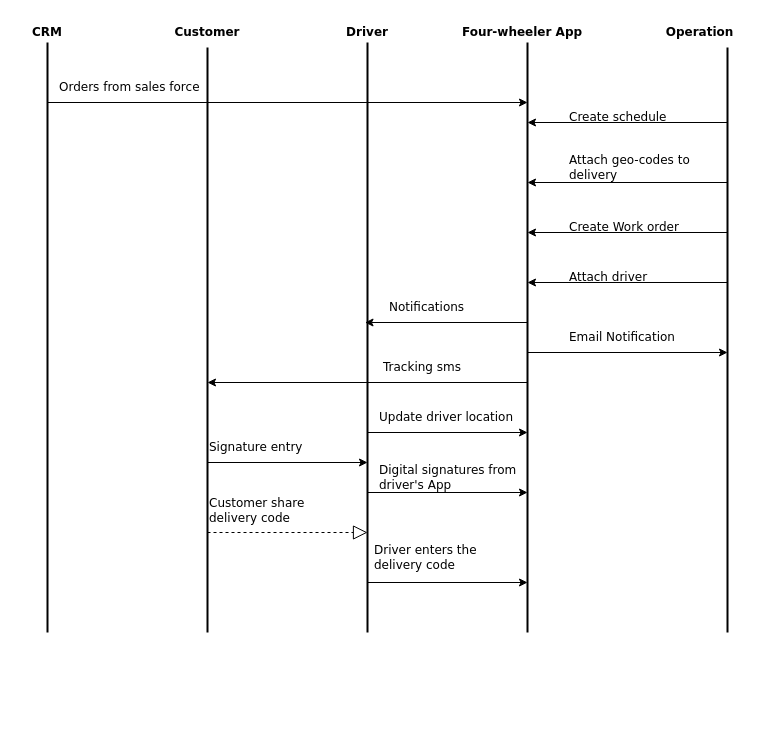
LukeNgirubiu/vendor-app keeps this draw.io diagram as authentication/migrations/__pycache__/Four-wheeler.drawio. Above is the earlier version. Source tidied: cells renumbered, new cells numbered last; positions are measured from the earlier drawing's top-left corner, leaving out a move shared by most shapes. Both pictures are drawn from the tidied source at 100%, with x=0, y=0 at pixel (17, 17).
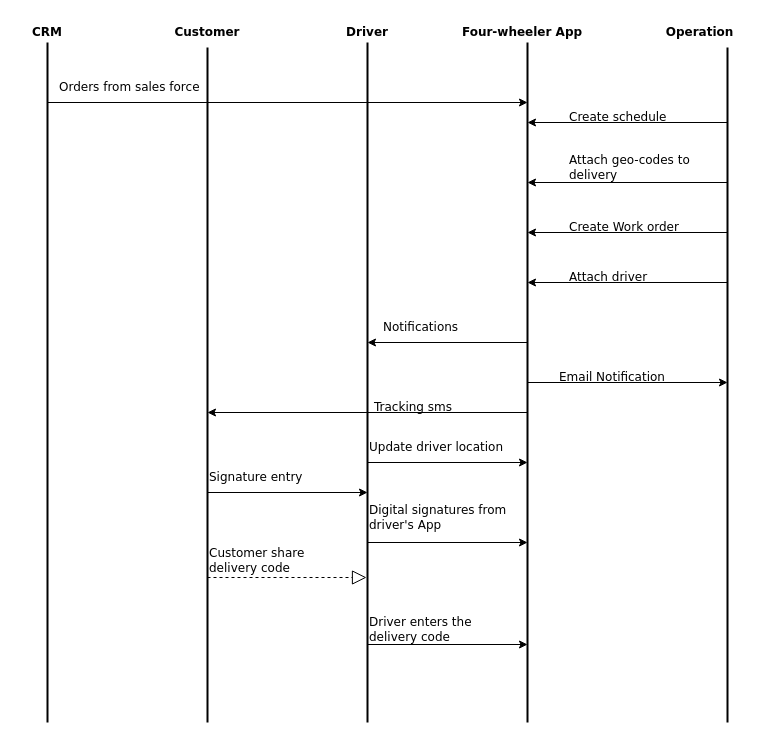
Above is the later version.

Unchanged cells that the change refers to:
```xml
<mxCell id="8" value="&lt;font face=&quot;Verdana&quot;&gt;&lt;b&gt;Customer&lt;/b&gt;&lt;/font&gt;" style="text;html=1;align=center;verticalAlign=middle;whiteSpace=wrap;rounded=0;" parent="1" vertex="1">
  <mxGeometry x="160" width="60" height="30" as="geometry" />
</mxCell>
```

Diff of the diagram source:
```diff
@@
     <mxCell id="2" style="endArrow=none;html=1;rounded=0;strokeWidth=2;" parent="1" edge="1">
       <mxGeometry relative="1" as="geometry">
-        <mxPoint x="30" y="615" as="sourcePoint" />
+        <mxPoint x="30" y="705" as="sourcePoint" />
         <mxPoint x="30" y="25" as="targetPoint" />
       </mxGeometry>
     </mxCell>
     <mxCell id="3" style="endArrow=none;html=1;rounded=0;strokeWidth=2;" parent="1" edge="1" target="8">
       <mxGeometry relative="1" as="geometry">
-        <mxPoint x="190" y="615" as="sourcePoint" />
+        <mxPoint x="190" y="705" as="sourcePoint" />
       </mxGeometry>
     </mxCell>
     <mxCell id="4" style="endArrow=none;html=1;rounded=0;strokeWidth=2;" parent="1" edge="1">
       <mxGeometry relative="1" as="geometry">
-        <mxPoint x="350" y="615" as="sourcePoint" />
+        <mxPoint x="350" y="705" as="sourcePoint" />
         <mxPoint x="350" y="25" as="targetPoint" />
       </mxGeometry>
     </mxCell>
     <mxCell id="5" style="endArrow=none;html=1;rounded=0;strokeWidth=2;" parent="1" edge="1">
       <mxGeometry relative="1" as="geometry">
-        <mxPoint x="510" y="615" as="sourcePoint" />
+        <mxPoint x="510" y="705" as="sourcePoint" />
         <mxPoint x="510" y="25" as="targetPoint" />
       </mxGeometry>
     </mxCell>
     <mxCell id="6" style="endArrow=none;html=1;rounded=0;strokeWidth=2;" parent="1" edge="1">
       <mxGeometry relative="1" as="geometry">
-        <mxPoint x="710" y="615" as="sourcePoint" />
+        <mxPoint x="710" y="705" as="sourcePoint" />
         <mxPoint x="710" y="30" as="targetPoint" />
       </mxGeometry>
     </mxCell>
@@
-    <mxCell id="20" style="endArrow=classic;html=1;rounded=0;" parent="1" edge="1">
-      <mxGeometry relative="1" as="geometry">
-        <mxPoint x="510" y="305" as="sourcePoint" />
-        <mxPoint x="347.5" y="305" as="targetPoint" />
-      </mxGeometry>
-    </mxCell>
     <mxCell id="21" style="endArrow=classic;html=1;rounded=0;" parent="1" edge="1">
       <mxGeometry relative="1" as="geometry">
-        <mxPoint x="510" y="365" as="sourcePoint" />
-        <mxPoint x="190" y="365" as="targetPoint" />
+        <mxPoint x="510" y="395" as="sourcePoint" />
+        <mxPoint x="190" y="395" as="targetPoint" />
       </mxGeometry>
     </mxCell>
     <mxCell id="22" value="Tracking sms" style="text;html=1;align=left;verticalAlign=middle;whiteSpace=wrap;rounded=0;fontFamily=Verdana;" parent="1" vertex="1">
-      <mxGeometry x="364" y="335" width="100" height="30" as="geometry" />
+      <mxGeometry x="355" y="375" width="100" height="30" as="geometry" />
     </mxCell>
     <mxCell id="23" style="endArrow=classic;html=1;rounded=0;" parent="1" edge="1">
       <mxGeometry relative="1" as="geometry">
-        <mxPoint x="510" y="335" as="sourcePoint" />
-        <mxPoint x="710" y="335" as="targetPoint" />
+        <mxPoint x="510" y="365" as="sourcePoint" />
+        <mxPoint x="710" y="365" as="targetPoint" />
       </mxGeometry>
     </mxCell>
     <mxCell id="24" value="&lt;font face=&quot;Verdana&quot;&gt;Email Notification&lt;/font&gt;" style="text;html=1;align=left;verticalAlign=middle;whiteSpace=wrap;rounded=0;" parent="1" vertex="1">
-      <mxGeometry x="550" y="305" width="110" height="30" as="geometry" />
+      <mxGeometry x="540" y="345" width="110" height="30" as="geometry" />
     </mxCell>
     <mxCell id="25" style="endArrow=classic;html=1;rounded=0;" parent="1" edge="1">
       <mxGeometry relative="1" as="geometry">
-        <mxPoint x="350" y="415" as="sourcePoint" />
-        <mxPoint x="510" y="415" as="targetPoint" />
+        <mxPoint x="350" y="445" as="sourcePoint" />
+        <mxPoint x="510" y="445" as="targetPoint" />
       </mxGeometry>
     </mxCell>
     <mxCell id="26" value="&lt;span style=&quot;font-family: Verdana;&quot;&gt;Update driver location&lt;/span&gt;" style="text;html=1;align=left;verticalAlign=middle;whiteSpace=wrap;rounded=0;" parent="1" vertex="1">
-      <mxGeometry x="360" y="385" width="150" height="30" as="geometry" />
+      <mxGeometry x="350" y="415" width="150" height="30" as="geometry" />
     </mxCell>
     <mxCell id="27" style="endArrow=classic;html=1;rounded=0;" parent="1" edge="1">
       <mxGeometry relative="1" as="geometry">
-        <mxPoint x="190" y="445" as="sourcePoint" />
-        <mxPoint x="350" y="445" as="targetPoint" />
+        <mxPoint x="190" y="475" as="sourcePoint" />
+        <mxPoint x="350" y="475" as="targetPoint" />
       </mxGeometry>
     </mxCell>
     <mxCell id="28" value="&lt;font face=&quot;Verdana&quot;&gt;Signature entry&lt;/font&gt;" style="text;html=1;align=left;verticalAlign=middle;whiteSpace=wrap;rounded=0;" parent="1" vertex="1">
-      <mxGeometry x="190" y="415" width="110" height="30" as="geometry" />
+      <mxGeometry x="190" y="445" width="110" height="30" as="geometry" />
     </mxCell>
     <mxCell id="29" style="endArrow=classic;html=1;rounded=0;" parent="1" edge="1">
       <mxGeometry relative="1" as="geometry">
-        <mxPoint x="350" y="475" as="sourcePoint" />
-        <mxPoint x="510" y="475" as="targetPoint" />
+        <mxPoint x="350" y="525" as="sourcePoint" />
+        <mxPoint x="510" y="525" as="targetPoint" />
       </mxGeometry>
     </mxCell>
     <mxCell id="30" value="&lt;font face=&quot;Verdana&quot;&gt;Digital signatures from driver's App&lt;/font&gt;" style="text;html=1;align=left;verticalAlign=middle;whiteSpace=wrap;rounded=0;" parent="1" vertex="1">
-      <mxGeometry x="360" y="445" width="140" height="30" as="geometry" />
+      <mxGeometry x="350" y="485" width="140" height="30" as="geometry" />
     </mxCell>
     <mxCell id="31" style="endArrow=block;dashed=1;endFill=0;endSize=12;html=1;rounded=0;" parent="1" edge="1">
       <mxGeometry relative="1" as="geometry">
-        <mxPoint x="190" y="515" as="sourcePoint" />
-        <mxPoint x="350" y="515" as="targetPoint" />
+        <mxPoint x="190" y="560" as="sourcePoint" />
+        <mxPoint x="349" y="560" as="targetPoint" />
+        <Array as="points">
+          <mxPoint x="260" y="560" />
+        </Array>
       </mxGeometry>
     </mxCell>
     <mxCell id="32" value="&lt;font face=&quot;Verdana&quot;&gt;Customer share delivery code&lt;/font&gt;" style="text;html=1;align=left;verticalAlign=middle;whiteSpace=wrap;rounded=0;" parent="1" vertex="1">
-      <mxGeometry x="190" y="475" width="130" height="35" as="geometry" />
+      <mxGeometry x="190" y="525" width="130" height="35" as="geometry" />
     </mxCell>
     <mxCell id="33" style="endArrow=classic;html=1;rounded=0;" parent="1" edge="1">
       <mxGeometry relative="1" as="geometry">
-        <mxPoint x="350" y="565" as="sourcePoint" />
-        <mxPoint x="510" y="565" as="targetPoint" />
+        <mxPoint x="350" y="627" as="sourcePoint" />
+        <mxPoint x="510" y="627" as="targetPoint" />
       </mxGeometry>
     </mxCell>
     <mxCell id="34" value="&lt;font face=&quot;Verdana&quot;&gt;Driver enters the delivery code&lt;/font&gt;" style="text;html=1;align=left;verticalAlign=middle;whiteSpace=wrap;rounded=0;" parent="1" vertex="1">
-      <mxGeometry x="355" y="525" width="150" height="30" as="geometry" />
+      <mxGeometry x="350" y="597" width="150" height="30" as="geometry" />
     </mxCell>
@@
     <mxCell id="37" value="&lt;font face=&quot;Verdana&quot;&gt;Notifications&lt;/font&gt;" style="text;html=1;align=left;verticalAlign=middle;whiteSpace=wrap;rounded=0;" parent="1" vertex="1">
-      <mxGeometry x="370" y="275" width="120" height="30" as="geometry" />
+      <mxGeometry x="364" y="295" width="120" height="30" as="geometry" />
     </mxCell>
+    <mxCell id="38" style="endArrow=classic;html=1;rounded=0;" parent="1" edge="1">
+      <mxGeometry relative="1" as="geometry">
+        <mxPoint x="510" y="325" as="sourcePoint" />
+        <mxPoint x="350" y="325" as="targetPoint" />
+      </mxGeometry>
+    </mxCell>
```
